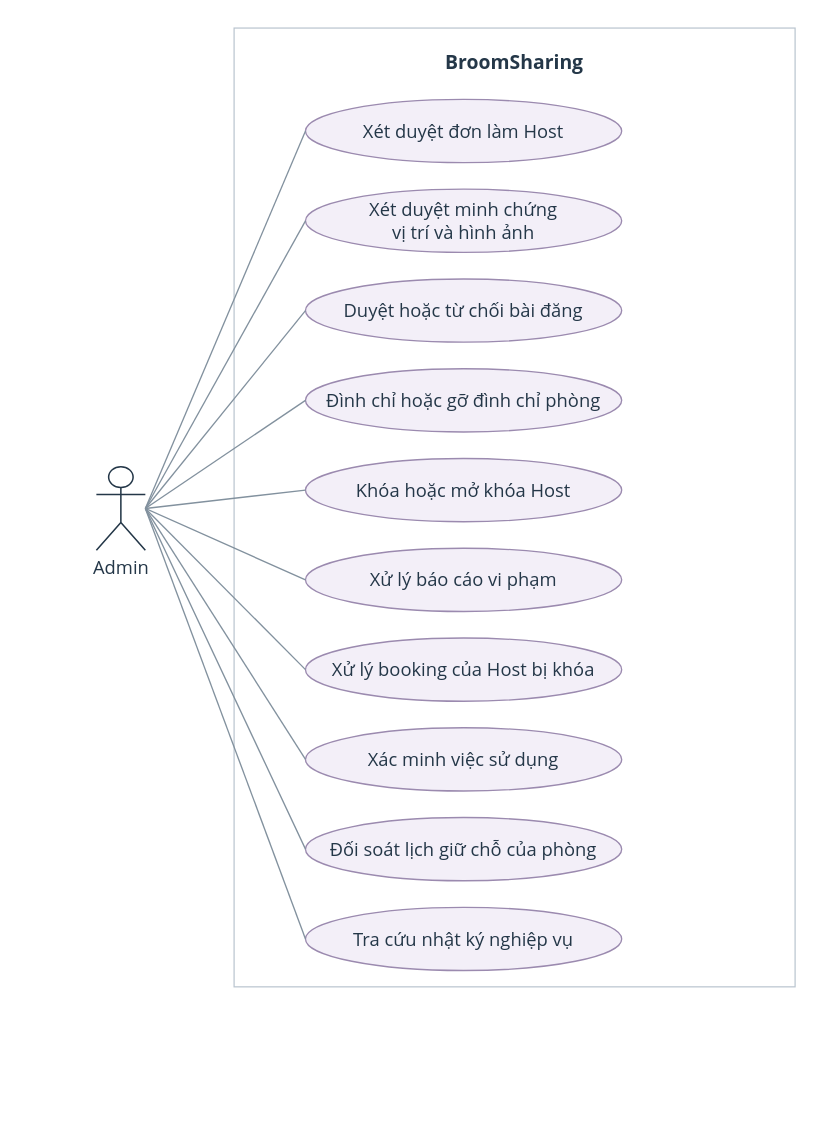
phuclu3123/GROUP_MOBILE_BROOMSHARING keeps this draw.io diagram as page "03. Admin" (4 of 4) of docs/design/chapter2/usecase_diagram_v2.drawio. Above is the earlier version. Source tidied: cells renumbered, new cells numbered last; positions are measured from the earlier drawing's top-left corner, leaving out a move shared by most shapes. Both pictures are drawn from the tidied source at 102%, with x=0, y=0 at pixel (96, 28).
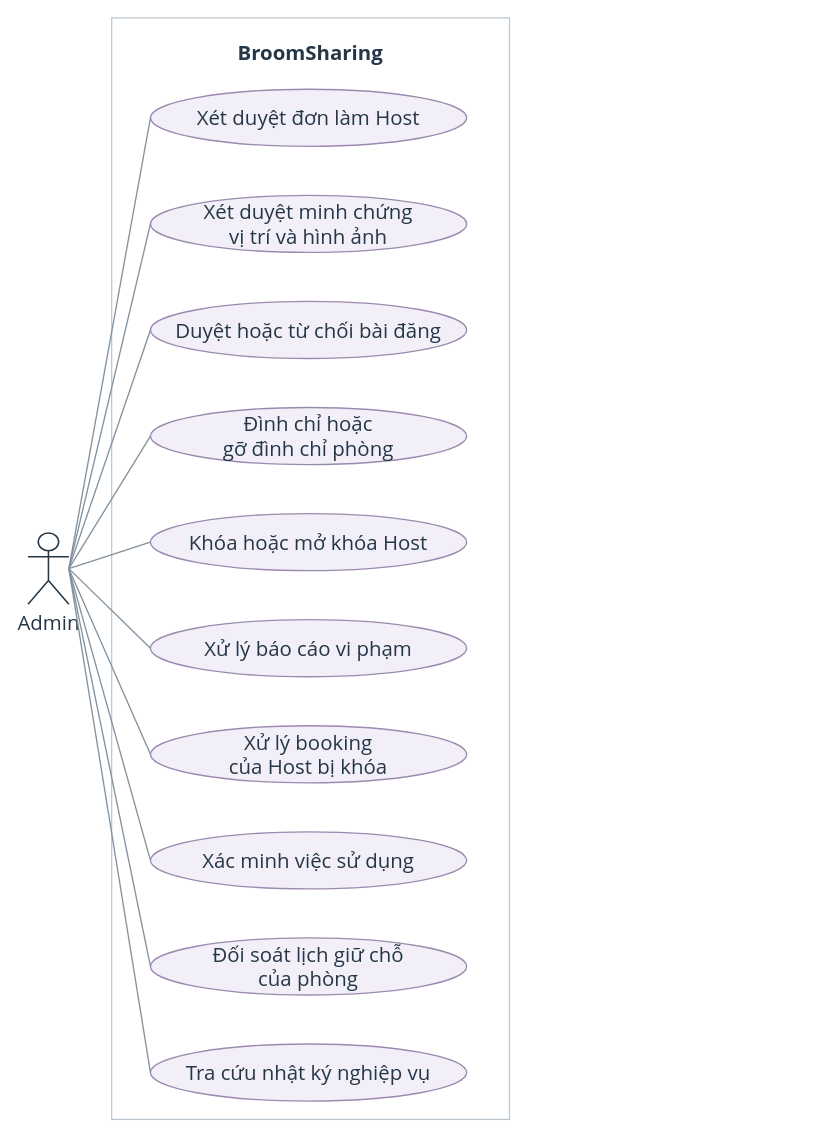
After the change.

What changed in the source:
```diff
@@
-    <mxCell id="2" value="BroomSharing" style="rounded=0;html=1;whiteSpace=wrap;fillColor=#FFFFFF;strokeColor=#BAC5CF;strokeWidth=1.2;verticalAlign=top;spacingTop=16;fontFamily=Segoe UI;fontSize=19;fontColor=#243748;fontStyle=1;" parent="1" vertex="1">
-      <mxGeometry x="135" width="550" height="940" as="geometry" />
+    <mxCell id="2" value="BroomSharing" style="rounded=0;html=1;whiteSpace=wrap;fillColor=#FFFFFF;strokeColor=#BAC5CF;strokeWidth=1.2;verticalAlign=top;spacingTop=16;fontFamily=Segoe UI;fontSize=20;fontColor=#243748;fontStyle=1;" parent="1" vertex="1">
+      <mxGeometry x="15" y="-10" width="390" height="1080" as="geometry" />
     </mxCell>
-    <mxCell id="3" value="Admin" style="shape=umlActor;verticalLabelPosition=bottom;verticalAlign=top;html=1;outlineConnect=0;fillColor=#FFFFFF;strokeColor=#243748;strokeWidth=1.5;fontFamily=Segoe UI;fontColor=#243748;fontSize=18;fontStyle=0;" parent="1" vertex="1">
-      <mxGeometry y="430" width="48" height="82" as="geometry" />
+    <mxCell id="3" value="Admin" style="shape=umlActor;verticalLabelPosition=bottom;verticalAlign=top;html=1;outlineConnect=0;fillColor=#FFFFFF;strokeColor=#243748;strokeWidth=1.5;fontFamily=Segoe UI;fontColor=#243748;fontSize=20;fontStyle=0;" parent="1" vertex="1">
+      <mxGeometry x="-67" y="495" width="40" height="70" as="geometry" />
     </mxCell>
-    <mxCell id="4" value="Xét duyệt đơn làm Host" style="shape=ellipse;whiteSpace=wrap;html=1;fillColor=#F3EFF8;strokeColor=#9B8AAF;strokeWidth=1.3;fontFamily=Segoe UI;fontSize=18;fontColor=#243748;fontStyle=0;spacing=8;" parent="1" vertex="1">
-      <mxGeometry x="205" y="70" width="310" height="62" as="geometry" />
+    <mxCell id="4" value="Xét duyệt đơn làm Host" style="shape=ellipse;whiteSpace=wrap;html=1;fillColor=#F3EFF8;strokeColor=#9B8AAF;strokeWidth=1.3;fontFamily=Segoe UI;fontSize=20;fontColor=#243748;fontStyle=0;spacing=4;" parent="1" vertex="1">
+      <mxGeometry x="53" y="60" width="310" height="56" as="geometry" />
     </mxCell>
@@
-    <mxCell id="6" value="Xét duyệt minh chứng&lt;br&gt;vị trí và hình ảnh" style="shape=ellipse;whiteSpace=wrap;html=1;fillColor=#F3EFF8;strokeColor=#9B8AAF;strokeWidth=1.3;fontFamily=Segoe UI;fontSize=18;fontColor=#243748;fontStyle=0;spacing=8;" parent="1" vertex="1">
-      <mxGeometry x="205" y="158" width="310" height="62" as="geometry" />
+    <mxCell id="6" value="Xét duyệt minh chứng&lt;br&gt;vị trí và hình ảnh" style="shape=ellipse;whiteSpace=wrap;html=1;fillColor=#F3EFF8;strokeColor=#9B8AAF;strokeWidth=1.3;fontFamily=Segoe UI;fontSize=20;fontColor=#243748;fontStyle=0;spacing=4;" parent="1" vertex="1">
+      <mxGeometry x="53" y="164" width="310" height="56" as="geometry" />
     </mxCell>
@@
-    <mxCell id="8" value="Duyệt hoặc từ chối bài đăng" style="shape=ellipse;whiteSpace=wrap;html=1;fillColor=#F3EFF8;strokeColor=#9B8AAF;strokeWidth=1.3;fontFamily=Segoe UI;fontSize=18;fontColor=#243748;fontStyle=0;spacing=8;" parent="1" vertex="1">
-      <mxGeometry x="205" y="246" width="310" height="62" as="geometry" />
+    <mxCell id="8" value="Duyệt hoặc từ chối bài đăng" style="shape=ellipse;whiteSpace=wrap;html=1;fillColor=#F3EFF8;strokeColor=#9B8AAF;strokeWidth=1.3;fontFamily=Segoe UI;fontSize=20;fontColor=#243748;fontStyle=0;spacing=4;" parent="1" vertex="1">
+      <mxGeometry x="53" y="268" width="310" height="56" as="geometry" />
     </mxCell>
@@
-    <mxCell id="10" value="Đình chỉ hoặc gỡ đình chỉ phòng" style="shape=ellipse;whiteSpace=wrap;html=1;fillColor=#F3EFF8;strokeColor=#9B8AAF;strokeWidth=1.3;fontFamily=Segoe UI;fontSize=18;fontColor=#243748;fontStyle=0;spacing=8;" parent="1" vertex="1">
-      <mxGeometry x="205" y="334" width="310" height="62" as="geometry" />
+    <mxCell id="10" value="Đình chỉ hoặc&lt;br&gt;gỡ đình chỉ phòng" style="shape=ellipse;whiteSpace=wrap;html=1;fillColor=#F3EFF8;strokeColor=#9B8AAF;strokeWidth=1.3;fontFamily=Segoe UI;fontSize=20;fontColor=#243748;fontStyle=0;spacing=4;" parent="1" vertex="1">
+      <mxGeometry x="53" y="372" width="310" height="56" as="geometry" />
     </mxCell>
@@
-    <mxCell id="12" value="Khóa hoặc mở khóa Host" style="shape=ellipse;whiteSpace=wrap;html=1;fillColor=#F3EFF8;strokeColor=#9B8AAF;strokeWidth=1.3;fontFamily=Segoe UI;fontSize=18;fontColor=#243748;fontStyle=0;spacing=8;" parent="1" vertex="1">
-      <mxGeometry x="205" y="422" width="310" height="62" as="geometry" />
+    <mxCell id="12" value="Khóa hoặc mở khóa Host" style="shape=ellipse;whiteSpace=wrap;html=1;fillColor=#F3EFF8;strokeColor=#9B8AAF;strokeWidth=1.3;fontFamily=Segoe UI;fontSize=20;fontColor=#243748;fontStyle=0;spacing=4;" parent="1" vertex="1">
+      <mxGeometry x="53" y="476" width="310" height="56" as="geometry" />
     </mxCell>
@@
-    <mxCell id="14" value="Xử lý báo cáo vi phạm" style="shape=ellipse;whiteSpace=wrap;html=1;fillColor=#F3EFF8;strokeColor=#9B8AAF;strokeWidth=1.3;fontFamily=Segoe UI;fontSize=18;fontColor=#243748;fontStyle=0;spacing=8;" parent="1" vertex="1">
-      <mxGeometry x="205" y="510" width="310" height="62" as="geometry" />
+    <mxCell id="14" value="Xử lý báo cáo vi phạm" style="shape=ellipse;whiteSpace=wrap;html=1;fillColor=#F3EFF8;strokeColor=#9B8AAF;strokeWidth=1.3;fontFamily=Segoe UI;fontSize=20;fontColor=#243748;fontStyle=0;spacing=4;" parent="1" vertex="1">
+      <mxGeometry x="53" y="580" width="310" height="56" as="geometry" />
     </mxCell>
@@
-    <mxCell id="16" value="Xử lý booking của Host bị khóa" style="shape=ellipse;whiteSpace=wrap;html=1;fillColor=#F3EFF8;strokeColor=#9B8AAF;strokeWidth=1.3;fontFamily=Segoe UI;fontSize=18;fontColor=#243748;fontStyle=0;spacing=8;" parent="1" vertex="1">
-      <mxGeometry x="205" y="598" width="310" height="62" as="geometry" />
+    <mxCell id="16" value="Xử lý booking&lt;br&gt;của Host bị khóa" style="shape=ellipse;whiteSpace=wrap;html=1;fillColor=#F3EFF8;strokeColor=#9B8AAF;strokeWidth=1.3;fontFamily=Segoe UI;fontSize=20;fontColor=#243748;fontStyle=0;spacing=4;" parent="1" vertex="1">
+      <mxGeometry x="53" y="684" width="310" height="56" as="geometry" />
     </mxCell>
@@
-    <mxCell id="18" value="Xác minh việc sử dụng" style="shape=ellipse;whiteSpace=wrap;html=1;fillColor=#F3EFF8;strokeColor=#9B8AAF;strokeWidth=1.3;fontFamily=Segoe UI;fontSize=18;fontColor=#243748;fontStyle=0;spacing=8;" parent="1" vertex="1">
-      <mxGeometry x="205" y="686" width="310" height="62" as="geometry" />
+    <mxCell id="18" value="Xác minh việc sử dụng" style="shape=ellipse;whiteSpace=wrap;html=1;fillColor=#F3EFF8;strokeColor=#9B8AAF;strokeWidth=1.3;fontFamily=Segoe UI;fontSize=20;fontColor=#243748;fontStyle=0;spacing=4;" parent="1" vertex="1">
+      <mxGeometry x="53" y="788" width="310" height="56" as="geometry" />
     </mxCell>
@@
-    <mxCell id="20" value="Đối soát lịch giữ chỗ của phòng" style="shape=ellipse;whiteSpace=wrap;html=1;fillColor=#F3EFF8;strokeColor=#9B8AAF;strokeWidth=1.3;fontFamily=Segoe UI;fontSize=18;fontColor=#243748;fontStyle=0;spacing=8;" parent="1" vertex="1">
-      <mxGeometry x="205" y="774" width="310" height="62" as="geometry" />
+    <mxCell id="20" value="Đối soát lịch giữ chỗ&lt;br&gt;của phòng" style="shape=ellipse;whiteSpace=wrap;html=1;fillColor=#F3EFF8;strokeColor=#9B8AAF;strokeWidth=1.3;fontFamily=Segoe UI;fontSize=20;fontColor=#243748;fontStyle=0;spacing=4;" parent="1" vertex="1">
+      <mxGeometry x="53" y="892" width="310" height="56" as="geometry" />
     </mxCell>
@@
-    <mxCell id="22" value="Tra cứu nhật ký nghiệp vụ" style="shape=ellipse;whiteSpace=wrap;html=1;fillColor=#F3EFF8;strokeColor=#9B8AAF;strokeWidth=1.3;fontFamily=Segoe UI;fontSize=18;fontColor=#243748;fontStyle=0;spacing=8;" parent="1" vertex="1">
-      <mxGeometry x="205" y="862" width="310" height="62" as="geometry" />
+    <mxCell id="22" value="Tra cứu nhật ký nghiệp vụ" style="shape=ellipse;whiteSpace=wrap;html=1;fillColor=#F3EFF8;strokeColor=#9B8AAF;strokeWidth=1.3;fontFamily=Segoe UI;fontSize=20;fontColor=#243748;fontStyle=0;spacing=4;" parent="1" vertex="1">
+      <mxGeometry x="53" y="996" width="310" height="56" as="geometry" />
     </mxCell>
```
